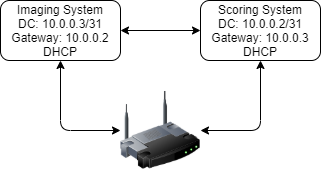
kparlak/dart-scoring-system keeps this draw.io diagram as documentation/Network_Diagram.png. Above is the earlier version. Source tidied: cells renumbered, new cells last; positions are measured from the earlier drawing's top-left corner, leaving out a move shared by most shapes.
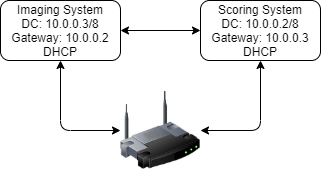
Later version of the same file.

Diff of the diagram source:
```diff
@@ -8,13 +8,13 @@
     <mxCell id="3" style="edgeStyle=orthogonalEdgeStyle;rounded=1;jettySize=auto;html=1;exitX=0.5;exitY=1;exitDx=0;exitDy=0;entryX=0;entryY=0.5;entryDx=0;entryDy=0;startArrow=classic;startFill=1;" parent="1" edge="1" source="4" target="7">
       <mxGeometry relative="1" as="geometry" />
     </mxCell>
-    <mxCell id="4" value="Imaging System&lt;br&gt;DC: 10.0.0.3/31&lt;br&gt;Gateway: 10.0.0.2&lt;br&gt;DHCP" style="rounded=1;whiteSpace=wrap;html=1;" parent="1" vertex="1">
+    <mxCell id="4" value="Imaging System&lt;br&gt;DC: 10.0.0.3/8&lt;br&gt;Gateway: 10.0.0.2&lt;br&gt;DHCP" style="rounded=1;whiteSpace=wrap;html=1;" parent="1" vertex="1">
       <mxGeometry width="120" height="60" as="geometry" />
     </mxCell>
     <mxCell id="5" style="edgeStyle=orthogonalEdgeStyle;rounded=1;jettySize=auto;html=1;exitX=0.5;exitY=1;exitDx=0;exitDy=0;entryX=1;entryY=0.5;entryDx=0;entryDy=0;startArrow=classic;startFill=1;" parent="1" edge="1" source="6" target="7">
       <mxGeometry relative="1" as="geometry" />
     </mxCell>
-    <mxCell id="6" value="Scoring System&lt;br&gt;DC: 10.0.0.2/31&lt;br&gt;Gateway: 10.0.0.3&lt;br&gt;DHCP" style="rounded=1;whiteSpace=wrap;html=1;" parent="1" vertex="1">
+    <mxCell id="6" value="Scoring System&lt;br&gt;DC: 10.0.0.2/8&lt;br&gt;Gateway: 10.0.0.3&lt;br&gt;DHCP" style="rounded=1;whiteSpace=wrap;html=1;" parent="1" vertex="1">
       <mxGeometry x="200" width="120" height="60" as="geometry" />
     </mxCell>
     <mxCell id="7" style="image;html=1;image=img/lib/clip_art/networking/Wireless_Router_128x128.png;" parent="1" vertex="1">
```
